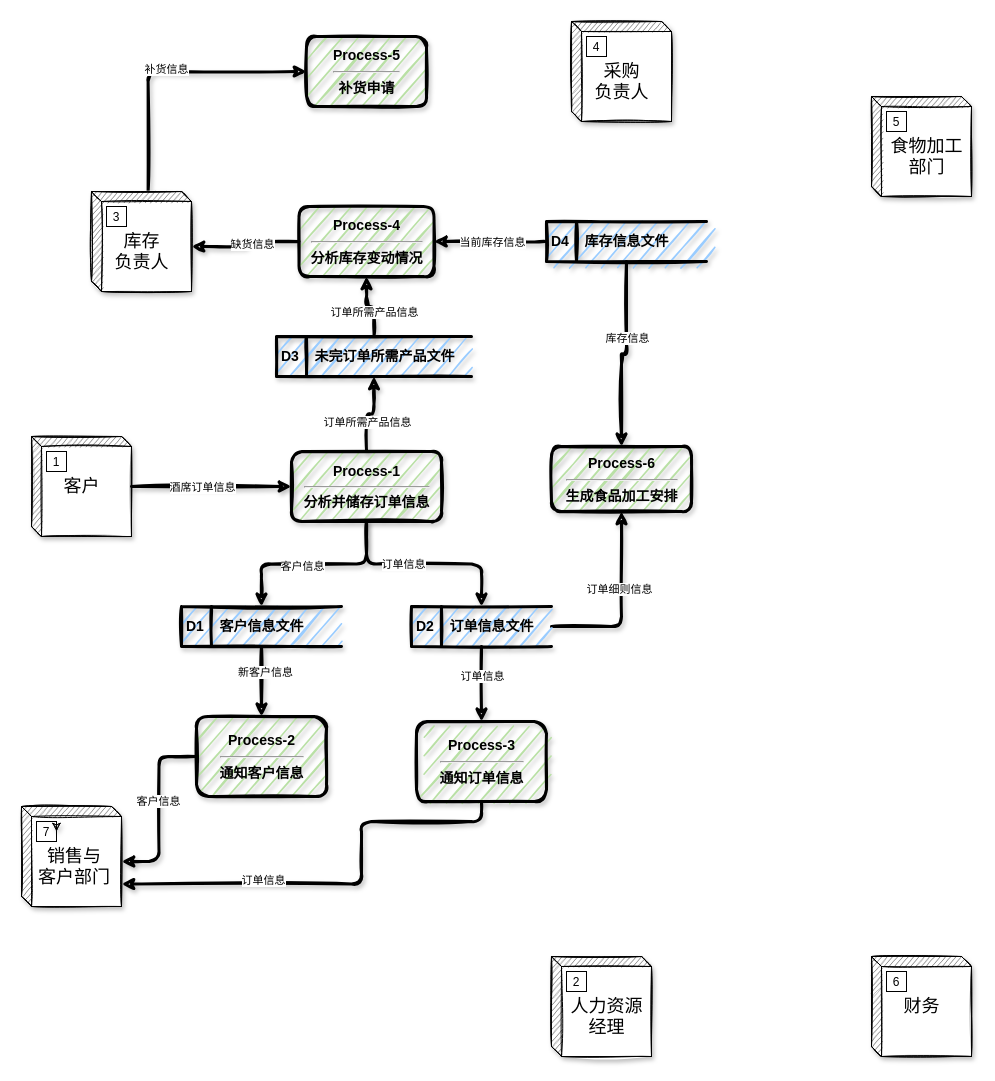
YuanchenZhu2020/DrawIO keeps this draw.io diagram as DFD/DFD_layer_0.drawio. Above is the earlier version. Source tidied: cells renumbered, new cells numbered last; positions are measured from the earlier drawing's top-left corner, leaving out a move shared by most shapes. Both pictures are drawn from the tidied source at 100%, with x=0, y=0 at pixel (21, 21).
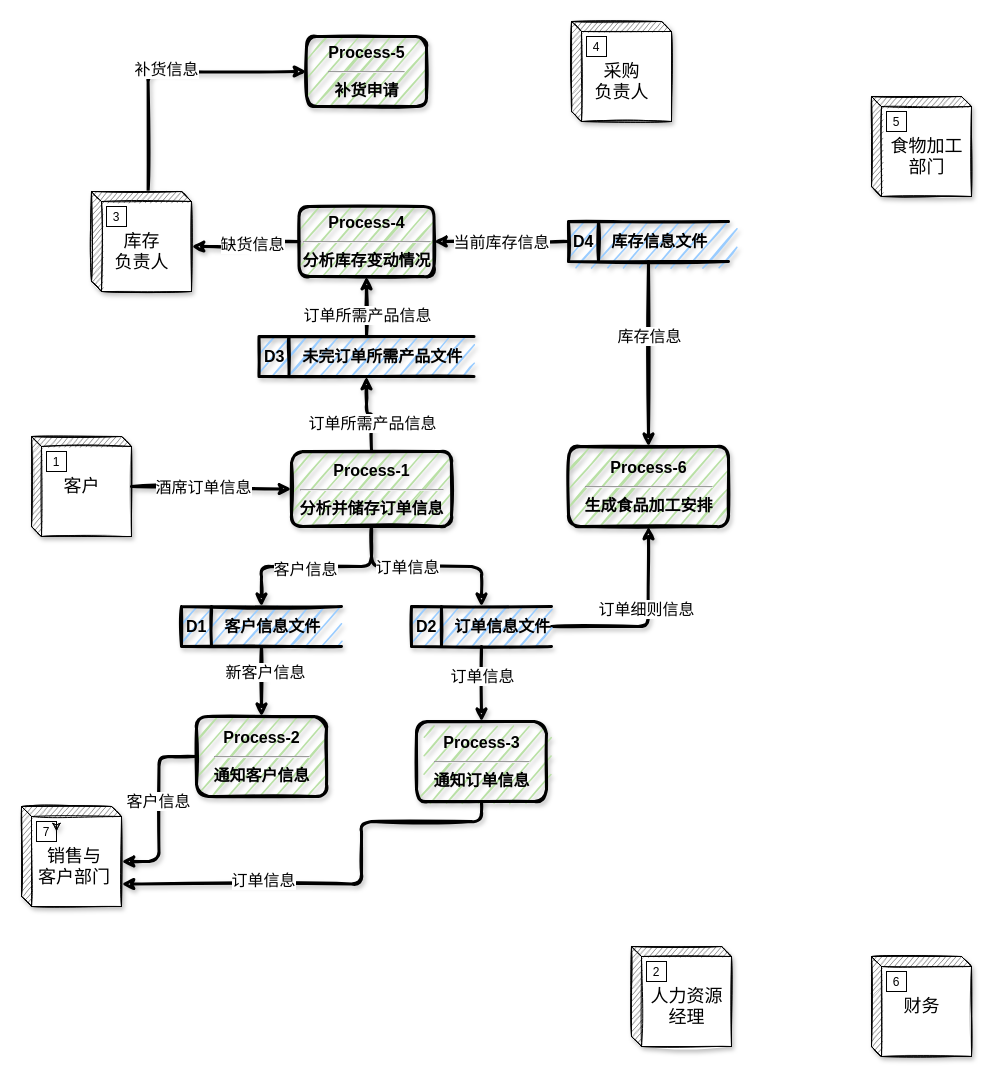
After the change.

The change refers to these unchanged cells:
```xml
<mxCell id="2" style="edgeStyle=orthogonalEdgeStyle;rounded=1;jettySize=auto;html=1;entryX=0;entryY=0.5;entryDx=0;entryDy=0;sketch=1;shadow=1;strokeWidth=3;" parent="1" edge="1" source="4" target="27">
  <mxGeometry relative="1" as="geometry" />
</mxCell>
<mxCell id="6" style="edgeStyle=orthogonalEdgeStyle;sketch=1;jettySize=auto;html=1;entryX=0;entryY=0.5;entryDx=0;entryDy=0;shadow=1;strokeWidth=3;exitX=0.566;exitY=0.006;exitDx=0;exitDy=0;exitPerimeter=0;" parent="1" edge="1" source="8" target="53">
  <mxGeometry relative="1" as="geometry" />
</mxCell>
<mxCell id="21" style="edgeStyle=orthogonalEdgeStyle;sketch=1;jettySize=auto;html=1;shadow=1;strokeWidth=3;" parent="1" edge="1" source="27" target="32">
  <mxGeometry relative="1" as="geometry" />
</mxCell>
<mxCell id="23" style="edgeStyle=orthogonalEdgeStyle;sketch=1;jettySize=auto;html=1;shadow=1;strokeWidth=3;" parent="1" edge="1" source="27" target="35">
  <mxGeometry relative="1" as="geometry" />
</mxCell>
<mxCell id="25" style="edgeStyle=orthogonalEdgeStyle;sketch=1;jettySize=auto;html=1;shadow=1;strokeWidth=3;" parent="1" edge="1" source="27" target="44">
  <mxGeometry relative="1" as="geometry" />
</mxCell>
<mxCell id="28" style="edgeStyle=orthogonalEdgeStyle;sketch=1;jettySize=auto;html=1;entryX=0.5;entryY=0;entryDx=0;entryDy=0;shadow=1;strokeWidth=3;" parent="1" edge="1" source="32" target="41">
  <mxGeometry relative="1" as="geometry" />
</mxCell>
<mxCell id="30" style="edgeStyle=orthogonalEdgeStyle;sketch=1;jettySize=auto;html=1;entryX=0.5;entryY=1;entryDx=0;entryDy=0;shadow=1;strokeWidth=3;exitX=1;exitY=0.5;exitDx=0;exitDy=0;" parent="1" edge="1" source="32" target="54">
  <mxGeometry relative="1" as="geometry" />
</mxCell>
<mxCell id="33" style="edgeStyle=orthogonalEdgeStyle;sketch=1;jettySize=auto;html=1;entryX=0.5;entryY=0;entryDx=0;entryDy=0;shadow=1;strokeWidth=3;" parent="1" edge="1" source="35" target="38">
  <mxGeometry relative="1" as="geometry" />
</mxCell>
<mxCell id="36" style="edgeStyle=orthogonalEdgeStyle;sketch=1;jettySize=auto;html=1;entryX=0;entryY=0;entryDx=100;entryDy=55;entryPerimeter=0;shadow=1;strokeWidth=3;" parent="1" edge="1" source="38" target="18">
  <mxGeometry relative="1" as="geometry" />
</mxCell>
<mxCell id="39" style="edgeStyle=orthogonalEdgeStyle;sketch=1;jettySize=auto;html=1;entryX=0;entryY=0;entryDx=100;entryDy=77.5;entryPerimeter=0;shadow=1;strokeWidth=3;" parent="1" edge="1" source="41" target="18">
  <mxGeometry relative="1" as="geometry">
    <Array as="points">
      <mxPoint x="460" y="800" />
      <mxPoint x="340" y="800" />
      <mxPoint x="340" y="863" />
    </Array>
  </mxGeometry>
</mxCell>
<mxCell id="42" style="edgeStyle=orthogonalEdgeStyle;sketch=1;jettySize=auto;html=1;entryX=0.5;entryY=1;entryDx=0;entryDy=0;shadow=1;strokeWidth=3;" parent="1" edge="1" source="44" target="47">
  <mxGeometry relative="1" as="geometry" />
</mxCell>
<mxCell id="45" style="edgeStyle=orthogonalEdgeStyle;sketch=1;jettySize=auto;html=1;entryX=0;entryY=0;entryDx=100;entryDy=55;entryPerimeter=0;shadow=1;strokeWidth=3;" parent="1" edge="1" source="47" target="8">
  <mxGeometry relative="1" as="geometry" />
</mxCell>
<mxCell id="48" style="edgeStyle=orthogonalEdgeStyle;sketch=1;jettySize=auto;html=1;entryX=1;entryY=0.5;entryDx=0;entryDy=0;shadow=1;strokeWidth=3;exitX=0;exitY=0.5;exitDx=0;exitDy=0;" parent="1" edge="1" source="52" target="47">
  <mxGeometry relative="1" as="geometry">
    <Array as="points">
      <mxPoint x="490" y="220" />
      <mxPoint x="490" y="220" />
    </Array>
  </mxGeometry>
</mxCell>
<mxCell id="50" style="edgeStyle=orthogonalEdgeStyle;sketch=1;jettySize=auto;html=1;entryX=0.5;entryY=0;entryDx=0;entryDy=0;shadow=1;strokeWidth=3;" parent="1" edge="1" source="52" target="54">
  <mxGeometry relative="1" as="geometry" />
</mxCell>
```

The edit, as a diff of the source:
```diff
@@
-    <mxCell id="3" value="酒席订单信息" style="edgeLabel;html=1;align=center;verticalAlign=middle;" parent="2" vertex="1">
+    <mxCell id="3" value="&lt;font style=&quot;font-size: 16px&quot;&gt;酒席订单信息&lt;/font&gt;" style="edgeLabel;html=1;align=center;verticalAlign=middle;" parent="2" vertex="1">
       <mxGeometry x="-0.26" y="-1" relative="1" as="geometry">
         <mxPoint x="11" y="-1" as="offset" />
       </mxGeometry>
     </mxCell>
@@
-    <mxCell id="7" value="补货信息" style="edgeLabel;html=1;align=center;verticalAlign=middle;" parent="6" vertex="1">
+    <mxCell id="7" value="&lt;font style=&quot;font-size: 16px&quot;&gt;补货信息&lt;/font&gt;" style="edgeLabel;html=1;align=center;verticalAlign=middle;" parent="6" vertex="1">
       <mxGeometry x="-0.01" y="3" relative="1" as="geometry" />
     </mxCell>
@@
     <mxCell id="16" value="&lt;font style=&quot;font-size: 18px&quot;&gt;&lt;br&gt;&amp;nbsp; 人力资源&lt;br&gt;&amp;nbsp; 经理&lt;/font&gt;" style="html=1;dashed=0;whitespace=wrap;shape=mxgraph.dfd.externalEntity;sketch=1;shadow=1;" parent="1" vertex="1">
-      <mxGeometry x="530" y="935" width="100" height="100" as="geometry" />
+      <mxGeometry x="610" y="925" width="100" height="100" as="geometry" />
     </mxCell>
@@
-    <mxCell id="22" value="订单信息" style="edgeLabel;html=1;align=center;verticalAlign=middle;" parent="21" vertex="1">
+    <mxCell id="22" value="&lt;font style=&quot;font-size: 16px&quot;&gt;订单信息&lt;/font&gt;" style="edgeLabel;html=1;align=center;verticalAlign=middle;" parent="21" vertex="1">
       <mxGeometry x="-0.21" relative="1" as="geometry" />
     </mxCell>
@@
-    <mxCell id="24" value="客户信息" style="edgeLabel;html=1;align=center;verticalAlign=middle;" parent="23" vertex="1">
+    <mxCell id="24" value="&lt;font style=&quot;font-size: 16px&quot;&gt;客户信息&lt;/font&gt;" style="edgeLabel;html=1;align=center;verticalAlign=middle;" parent="23" vertex="1">
       <mxGeometry x="0.13" y="2" relative="1" as="geometry" />
     </mxCell>
@@
-    <mxCell id="26" value="订单所需产品信息" style="edgeLabel;html=1;align=center;verticalAlign=middle;" parent="25" vertex="1">
+    <mxCell id="26" value="&lt;font style=&quot;font-size: 16px&quot;&gt;订单所需产品信息&lt;/font&gt;" style="edgeLabel;html=1;align=center;verticalAlign=middle;" parent="25" vertex="1">
       <mxGeometry x="-0.28" relative="1" as="geometry" />
     </mxCell>
-    <mxCell id="27" value="&lt;div&gt;&lt;b style=&quot;font-size: 14px&quot;&gt;Process-1&lt;/b&gt;&lt;/div&gt;&lt;hr&gt;&lt;span style=&quot;font-size: 14px&quot;&gt;&lt;b&gt;分析并储存订单信息&lt;/b&gt;&lt;/span&gt;" style="html=1;dashed=0;whitespace=wrap;rounded=1;shadow=1;sketch=1;strokeColor=#000000;strokeWidth=3;fillColor=#B9E0A5;overflow=visible;" parent="1" vertex="1">
-      <mxGeometry x="270" y="430" width="150" height="70" as="geometry" />
+    <mxCell id="27" value="&lt;div style=&quot;font-size: 16px&quot;&gt;&lt;b&gt;&lt;font style=&quot;font-size: 16px&quot;&gt;Process-1&lt;/font&gt;&lt;/b&gt;&lt;/div&gt;&lt;hr style=&quot;font-size: 16px&quot;&gt;&lt;b style=&quot;font-size: 16px&quot;&gt;&lt;font style=&quot;font-size: 16px&quot;&gt;分析并储存订单信息&lt;/font&gt;&lt;/b&gt;" style="html=1;dashed=0;whitespace=wrap;rounded=1;shadow=1;sketch=1;strokeColor=#000000;strokeWidth=3;fillColor=#B9E0A5;overflow=visible;" parent="1" vertex="1">
+      <mxGeometry x="270" y="430" width="160" height="75" as="geometry" />
     </mxCell>
@@
-    <mxCell id="29" value="订单信息" style="edgeLabel;html=1;align=center;verticalAlign=middle;" parent="28" vertex="1">
+    <mxCell id="29" value="&lt;font style=&quot;font-size: 16px&quot;&gt;订单信息&lt;/font&gt;" style="edgeLabel;html=1;align=center;verticalAlign=middle;" parent="28" vertex="1">
       <mxGeometry x="-0.24" relative="1" as="geometry" />
     </mxCell>
@@
-    <mxCell id="31" value="订单细则信息" style="edgeLabel;html=1;align=center;verticalAlign=middle;" parent="30" vertex="1">
+    <mxCell id="31" value="&lt;font style=&quot;font-size: 16px&quot;&gt;订单细则信息&lt;/font&gt;" style="edgeLabel;html=1;align=center;verticalAlign=middle;" parent="30" vertex="1">
       <mxGeometry x="0.17" y="3" relative="1" as="geometry" />
     </mxCell>
-    <mxCell id="32" value="&lt;font style=&quot;font-size: 14px&quot;&gt;&lt;b&gt;D2&amp;nbsp; &amp;nbsp; 订单信息文件&lt;/b&gt;&lt;/font&gt;" style="html=1;dashed=0;whitespace=wrap;shape=mxgraph.dfd.dataStoreID;align=left;spacingLeft=3;points=[[0,0],[0.5,0],[1,0],[0,0.5],[1,0.5],[0,1],[0.5,1],[1,1]];rounded=1;shadow=1;sketch=1;strokeWidth=3;fillColor=#99CCFF;" parent="1" vertex="1">
+    <mxCell id="32" value="&lt;font size=&quot;1&quot;&gt;&lt;b style=&quot;font-size: 16px&quot;&gt;D2&amp;nbsp; &amp;nbsp; 订单信息文件&lt;/b&gt;&lt;/font&gt;" style="html=1;dashed=0;whitespace=wrap;shape=mxgraph.dfd.dataStoreID;align=left;spacingLeft=3;points=[[0,0],[0.5,0],[1,0],[0,0.5],[1,0.5],[0,1],[0.5,1],[1,1]];rounded=1;shadow=1;sketch=1;strokeWidth=3;fillColor=#99CCFF;" parent="1" vertex="1">
       <mxGeometry x="390" y="585" width="140" height="40" as="geometry" />
     </mxCell>
@@
-    <mxCell id="34" value="新客户信息" style="edgeLabel;html=1;align=center;verticalAlign=middle;" parent="33" vertex="1">
+    <mxCell id="34" value="&lt;font style=&quot;font-size: 16px&quot;&gt;新客户信息&lt;/font&gt;" style="edgeLabel;html=1;align=center;verticalAlign=middle;" parent="33" vertex="1">
       <mxGeometry x="-0.29" y="3" relative="1" as="geometry" />
     </mxCell>
-    <mxCell id="35" value="&lt;b&gt;&lt;font style=&quot;font-size: 14px&quot;&gt;D1&amp;nbsp; &amp;nbsp; 客户信息文件&lt;/font&gt;&lt;/b&gt;" style="html=1;dashed=0;whitespace=wrap;shape=mxgraph.dfd.dataStoreID;align=left;spacingLeft=3;points=[[0,0],[0.5,0],[1,0],[0,0.5],[1,0.5],[0,1],[0.5,1],[1,1]];rounded=1;shadow=1;sketch=1;strokeWidth=3;fillColor=#99CCFF;" parent="1" vertex="1">
+    <mxCell id="35" value="&lt;b&gt;&lt;font style=&quot;font-size: 16px&quot;&gt;D1&amp;nbsp; &amp;nbsp; 客户信息文件&lt;/font&gt;&lt;/b&gt;" style="html=1;dashed=0;whitespace=wrap;shape=mxgraph.dfd.dataStoreID;align=left;spacingLeft=3;points=[[0,0],[0.5,0],[1,0],[0,0.5],[1,0.5],[0,1],[0.5,1],[1,1]];rounded=1;shadow=1;sketch=1;strokeWidth=3;fillColor=#99CCFF;" parent="1" vertex="1">
       <mxGeometry x="160" y="585" width="160" height="40" as="geometry" />
     </mxCell>
@@
-    <mxCell id="37" value="客户信息" style="edgeLabel;html=1;align=center;verticalAlign=middle;" parent="36" vertex="1">
+    <mxCell id="37" value="&lt;font style=&quot;font-size: 16px&quot;&gt;客户信息&lt;/font&gt;" style="edgeLabel;html=1;align=center;verticalAlign=middle;" parent="36" vertex="1">
       <mxGeometry x="0.31" y="-1" relative="1" as="geometry">
         <mxPoint y="-36" as="offset" />
       </mxGeometry>
     </mxCell>
-    <mxCell id="38" value="&lt;b style=&quot;font-size: 14px&quot;&gt;&lt;font style=&quot;font-size: 14px&quot;&gt;Process-2&lt;/font&gt;&lt;/b&gt;&lt;hr style=&quot;font-size: 14px&quot;&gt;&lt;b style=&quot;font-size: 14px&quot;&gt;&lt;font style=&quot;font-size: 14px&quot;&gt;通知客户信息&lt;/font&gt;&lt;/b&gt;" style="html=1;dashed=0;whitespace=wrap;rounded=1;shadow=1;sketch=1;strokeWidth=3;fillColor=#B9E0A5;align=center;" parent="1" vertex="1">
+    <mxCell id="38" value="&lt;b style=&quot;font-size: 16px&quot;&gt;&lt;font style=&quot;font-size: 16px&quot;&gt;Process-2&lt;/font&gt;&lt;/b&gt;&lt;hr style=&quot;font-size: 16px&quot;&gt;&lt;b style=&quot;font-size: 16px&quot;&gt;&lt;font style=&quot;font-size: 16px&quot;&gt;通知客户信息&lt;/font&gt;&lt;/b&gt;" style="html=1;dashed=0;whitespace=wrap;rounded=1;shadow=1;sketch=1;strokeWidth=3;fillColor=#B9E0A5;align=center;" parent="1" vertex="1">
       <mxGeometry x="175" y="695" width="130" height="80" as="geometry" />
     </mxCell>
@@
-    <mxCell id="40" value="订单信息" style="edgeLabel;html=1;align=center;verticalAlign=middle;" parent="39" vertex="1">
+    <mxCell id="40" value="&lt;font style=&quot;font-size: 16px&quot;&gt;订单信息&lt;/font&gt;" style="edgeLabel;html=1;align=center;verticalAlign=middle;" parent="39" vertex="1">
       <mxGeometry x="0.36" y="-4" relative="1" as="geometry" />
     </mxCell>
-    <mxCell id="41" value="&lt;div style=&quot;font-size: 14px&quot;&gt;&lt;span&gt;&lt;b&gt;&lt;font style=&quot;font-size: 14px&quot;&gt;Process-3&lt;/font&gt;&lt;/b&gt;&lt;/span&gt;&lt;/div&gt;&lt;hr style=&quot;font-size: 14px&quot;&gt;&lt;b style=&quot;font-size: 14px&quot;&gt;&lt;font style=&quot;font-size: 14px&quot;&gt;通知订单信息&lt;/font&gt;&lt;/b&gt;" style="html=1;dashed=0;whitespace=wrap;rounded=1;shadow=1;sketch=1;strokeWidth=3;fillColor=#B9E0A5;align=center;" parent="1" vertex="1">
+    <mxCell id="41" value="&lt;div style=&quot;font-size: 16px&quot;&gt;&lt;b&gt;&lt;font style=&quot;font-size: 16px&quot;&gt;Process-3&lt;/font&gt;&lt;/b&gt;&lt;/div&gt;&lt;hr style=&quot;font-size: 16px&quot;&gt;&lt;b style=&quot;font-size: 16px&quot;&gt;&lt;font style=&quot;font-size: 16px&quot;&gt;通知订单信息&lt;/font&gt;&lt;/b&gt;" style="html=1;dashed=0;whitespace=wrap;rounded=1;shadow=1;sketch=1;strokeWidth=3;fillColor=#B9E0A5;align=center;" parent="1" vertex="1">
       <mxGeometry x="395" y="700" width="130" height="80" as="geometry" />
     </mxCell>
@@
-    <mxCell id="43" value="订单所需产品信息" style="edgeLabel;html=1;align=center;verticalAlign=middle;" parent="42" vertex="1">
+    <mxCell id="43" value="&lt;font style=&quot;font-size: 16px&quot;&gt;订单所需产品信息&lt;/font&gt;" style="edgeLabel;html=1;align=center;verticalAlign=middle;" parent="42" vertex="1">
       <mxGeometry x="-0.27" relative="1" as="geometry" />
     </mxCell>
-    <mxCell id="44" value="&lt;b&gt;&lt;font style=&quot;font-size: 14px&quot;&gt;D3&amp;nbsp; &amp;nbsp; 未完订单所需产品文件&lt;/font&gt;&lt;/b&gt;" style="html=1;dashed=0;whitespace=wrap;shape=mxgraph.dfd.dataStoreID;align=left;spacingLeft=3;points=[[0,0],[0.5,0],[1,0],[0,0.5],[1,0.5],[0,1],[0.5,1],[1,1]];rounded=1;shadow=1;sketch=1;strokeWidth=3;fillColor=#99CCFF;" parent="1" vertex="1">
-      <mxGeometry x="255" y="315" width="195" height="40" as="geometry" />
+    <mxCell id="44" value="&lt;b&gt;&lt;font style=&quot;font-size: 16px&quot;&gt;D3&amp;nbsp; &amp;nbsp; 未完订单所需产品文件&lt;/font&gt;&lt;/b&gt;" style="html=1;dashed=0;whitespace=wrap;shape=mxgraph.dfd.dataStoreID;align=left;spacingLeft=3;points=[[0,0],[0.5,0],[1,0],[0,0.5],[1,0.5],[0,1],[0.5,1],[1,1]];rounded=1;shadow=1;sketch=1;strokeWidth=3;fillColor=#99CCFF;" parent="1" vertex="1">
+      <mxGeometry x="237.5" y="315" width="215" height="40" as="geometry" />
     </mxCell>
@@
-    <mxCell id="46" value="缺货信息" style="edgeLabel;html=1;align=center;verticalAlign=middle;" parent="45" vertex="1">
+    <mxCell id="46" value="&lt;font style=&quot;font-size: 16px&quot;&gt;缺货信息&lt;/font&gt;" style="edgeLabel;html=1;align=center;verticalAlign=middle;" parent="45" vertex="1">
       <mxGeometry x="-0.17" y="2" relative="1" as="geometry" />
     </mxCell>
-    <mxCell id="47" value="&lt;b style=&quot;font-size: 14px&quot;&gt;&lt;font style=&quot;font-size: 14px&quot;&gt;Process-4&lt;/font&gt;&lt;/b&gt;&lt;hr style=&quot;font-size: 14px&quot;&gt;&lt;b style=&quot;font-size: 14px&quot;&gt;&lt;font style=&quot;font-size: 14px&quot;&gt;分析库存变动情况&lt;/font&gt;&lt;/b&gt;" style="html=1;dashed=0;whitespace=wrap;rounded=1;shadow=1;sketch=1;strokeWidth=3;fillColor=#B9E0A5;align=center;" parent="1" vertex="1">
+    <mxCell id="47" value="&lt;b style=&quot;font-size: 16px&quot;&gt;&lt;font style=&quot;font-size: 16px&quot;&gt;Process-4&lt;/font&gt;&lt;/b&gt;&lt;hr style=&quot;font-size: 16px&quot;&gt;&lt;b style=&quot;font-size: 16px&quot;&gt;&lt;font style=&quot;font-size: 16px&quot;&gt;分析库存变动情况&lt;/font&gt;&lt;/b&gt;" style="html=1;dashed=0;whitespace=wrap;rounded=1;shadow=1;sketch=1;strokeWidth=3;fillColor=#B9E0A5;align=center;" parent="1" vertex="1">
       <mxGeometry x="277.5" y="185" width="135" height="70" as="geometry" />
     </mxCell>
@@
-    <mxCell id="49" value="当前库存信息" style="edgeLabel;html=1;align=center;verticalAlign=middle;" parent="48" vertex="1">
+    <mxCell id="49" value="&lt;font style=&quot;font-size: 16px&quot;&gt;当前库存信息&lt;/font&gt;" style="edgeLabel;html=1;align=center;verticalAlign=middle;" parent="48" vertex="1">
       <mxGeometry x="0.18" relative="1" as="geometry">
         <mxPoint x="11" as="offset" />
       </mxGeometry>
     </mxCell>
@@
-    <mxCell id="51" value="库存信息" style="edgeLabel;html=1;align=center;verticalAlign=middle;" parent="50" vertex="1">
+    <mxCell id="51" value="&lt;font style=&quot;font-size: 16px&quot;&gt;库存信息&lt;/font&gt;" style="edgeLabel;html=1;align=center;verticalAlign=middle;" parent="50" vertex="1">
       <mxGeometry x="-0.2" relative="1" as="geometry" />
     </mxCell>
-    <mxCell id="52" value="&lt;b&gt;&lt;font style=&quot;font-size: 14px&quot;&gt;D4&amp;nbsp; &amp;nbsp; 库存信息文件&lt;/font&gt;&lt;/b&gt;" style="html=1;dashed=0;whitespace=wrap;shape=mxgraph.dfd.dataStoreID;align=left;spacingLeft=3;points=[[0,0],[0.5,0],[1,0],[0,0.5],[1,0.5],[0,1],[0.5,1],[1,1]];rounded=1;shadow=1;sketch=1;strokeWidth=3;fillColor=#99CCFF;" parent="1" vertex="1">
-      <mxGeometry x="525" y="200" width="160" height="40" as="geometry" />
+    <mxCell id="52" value="&lt;b&gt;&lt;font style=&quot;font-size: 16px&quot;&gt;D4&amp;nbsp; &amp;nbsp; 库存信息文件&lt;/font&gt;&lt;/b&gt;" style="html=1;dashed=0;whitespace=wrap;shape=mxgraph.dfd.dataStoreID;align=left;spacingLeft=3;points=[[0,0],[0.5,0],[1,0],[0,0.5],[1,0.5],[0,1],[0.5,1],[1,1]];rounded=1;shadow=1;sketch=1;strokeWidth=3;fillColor=#99CCFF;" parent="1" vertex="1">
+      <mxGeometry x="547" y="200" width="160" height="40" as="geometry" />
     </mxCell>
-    <mxCell id="53" value="&lt;span style=&quot;font-size: 14px&quot;&gt;&lt;font style=&quot;font-size: 14px&quot;&gt;&lt;b&gt;Process-5&lt;/b&gt;&lt;/font&gt;&lt;/span&gt;&lt;hr style=&quot;font-size: 14px&quot;&gt;&lt;span style=&quot;font-size: 14px&quot;&gt;&lt;font style=&quot;font-size: 14px&quot;&gt;&lt;b&gt;补货申请&lt;/b&gt;&lt;/font&gt;&lt;/span&gt;" style="html=1;dashed=0;whitespace=wrap;rounded=1;shadow=1;sketch=1;strokeWidth=3;align=center;fillColor=#B9E0A5;" parent="1" vertex="1">
+    <mxCell id="53" value="&lt;font style=&quot;font-size: 16px&quot;&gt;&lt;b&gt;Process-5&lt;/b&gt;&lt;/font&gt;&lt;hr style=&quot;font-size: 16px&quot;&gt;&lt;font style=&quot;font-size: 16px&quot;&gt;&lt;b&gt;补货申请&lt;/b&gt;&lt;/font&gt;" style="html=1;dashed=0;whitespace=wrap;rounded=1;shadow=1;sketch=1;strokeWidth=3;align=center;fillColor=#B9E0A5;" parent="1" vertex="1">
       <mxGeometry x="285" y="15" width="120" height="70" as="geometry" />
     </mxCell>
-    <mxCell id="54" value="&lt;b style=&quot;font-size: 14px&quot;&gt;&lt;font style=&quot;font-size: 14px&quot;&gt;Process-6&lt;/font&gt;&lt;/b&gt;&lt;hr style=&quot;font-size: 14px&quot;&gt;&lt;b style=&quot;font-size: 14px&quot;&gt;&lt;font style=&quot;font-size: 14px&quot;&gt;生成食品加工安排&lt;/font&gt;&lt;/b&gt;" style="html=1;dashed=0;whitespace=wrap;rounded=1;shadow=1;sketch=1;strokeWidth=3;fillColor=#B9E0A5;align=center;" parent="1" vertex="1">
-      <mxGeometry x="530" y="425" width="140" height="65" as="geometry" />
+    <mxCell id="54" value="&lt;b style=&quot;font-size: 16px&quot;&gt;&lt;font style=&quot;font-size: 16px&quot;&gt;Process-6&lt;/font&gt;&lt;/b&gt;&lt;hr style=&quot;font-size: 16px&quot;&gt;&lt;b style=&quot;font-size: 16px&quot;&gt;&lt;font style=&quot;font-size: 16px&quot;&gt;生成食品加工安排&lt;/font&gt;&lt;/b&gt;" style="html=1;dashed=0;whitespace=wrap;rounded=1;shadow=1;sketch=1;strokeWidth=3;fillColor=#B9E0A5;align=center;" parent="1" vertex="1">
+      <mxGeometry x="547" y="425" width="160" height="80" as="geometry" />
     </mxCell>
```
